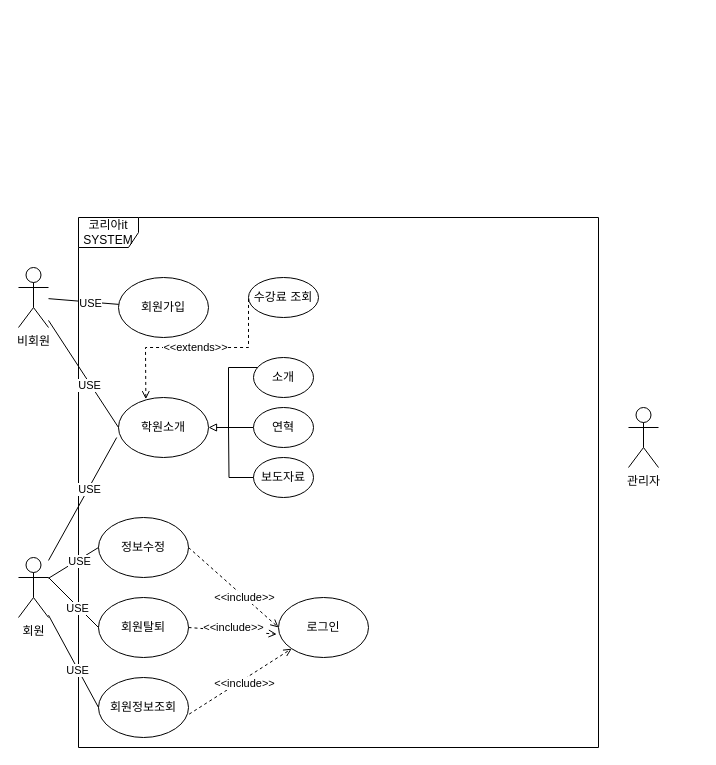
rbghrla/study keeps this draw.io diagram as 제목 없는 다이어그램.drawio. Above is the earlier version. Source tidied: cells renumbered, new cells numbered last; positions are measured from the earlier drawing's top-left corner, leaving out a move shared by most shapes. Both pictures are drawn from the tidied source at 100%, with x=0, y=0 at pixel (18, 217).
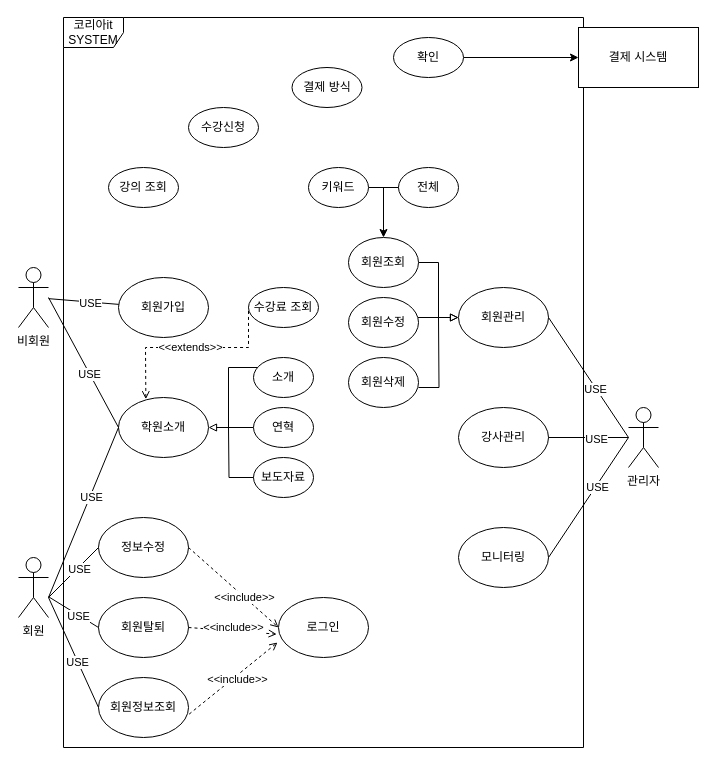
After the change.

Commit message:
제목 없는 다이어그램.drawio 업데이트

Unchanged cells that the change refers to:
```xml
<mxCell id="2" value="관리자&lt;br&gt;" style="shape=umlActor;verticalLabelPosition=bottom;verticalAlign=top;html=1;outlineConnect=0;" parent="1" vertex="1">
  <mxGeometry x="610" y="190" width="30" height="60" as="geometry" />
</mxCell>
<mxCell id="3" value="비회원" style="shape=umlActor;verticalLabelPosition=bottom;verticalAlign=top;html=1;outlineConnect=0;" parent="1" vertex="1">
  <mxGeometry y="50" width="30" height="60" as="geometry" />
</mxCell>
<mxCell id="4" value="회원" style="shape=umlActor;verticalLabelPosition=bottom;verticalAlign=top;html=1;outlineConnect=0;" parent="1" vertex="1">
  <mxGeometry y="340" width="30" height="60" as="geometry" />
</mxCell>
<mxCell id="7" value="정보수정" style="ellipse;whiteSpace=wrap;html=1;" parent="1" vertex="1">
  <mxGeometry x="80" y="300" width="90" height="60" as="geometry" />
</mxCell>
<mxCell id="8" value="회원정보조회" style="ellipse;whiteSpace=wrap;html=1;" parent="1" vertex="1">
  <mxGeometry x="80" y="460" width="90" height="60" as="geometry" />
</mxCell>
<mxCell id="9" value="회원탈퇴" style="ellipse;whiteSpace=wrap;html=1;" parent="1" vertex="1">
  <mxGeometry x="80" y="380" width="90" height="60" as="geometry" />
</mxCell>
<mxCell id="18" value="로그인" style="ellipse;whiteSpace=wrap;html=1;" parent="1" vertex="1">
  <mxGeometry x="260" y="380" width="90" height="60" as="geometry" />
</mxCell>
<mxCell id="25" value="학원소개" style="ellipse;whiteSpace=wrap;html=1;" parent="1" vertex="1">
  <mxGeometry x="100" y="180" width="90" height="60" as="geometry" />
</mxCell>
```

The edit, as a diff of the source:
```diff
@@
+    <mxCell id="39" style="edgeStyle=orthogonalEdgeStyle;rounded=0;jettySize=auto;html=1;exitX=1;exitY=1;exitDx=0;exitDy=0;exitPerimeter=0;" parent="1" edge="1" source="4">
+      <mxGeometry relative="1" as="geometry">
+        <mxPoint x="29.8" y="400" as="targetPoint" />
+      </mxGeometry>
+    </mxCell>
@@
     <mxCell id="5" value="코리아it&lt;br&gt;SYSTEM" style="shape=umlFrame;whiteSpace=wrap;html=1;" parent="1" vertex="1">
-      <mxGeometry x="60" width="520" height="530" as="geometry" />
+      <mxGeometry x="45" y="-200" width="520" height="730" as="geometry" />
     </mxCell>
@@
-    <mxCell id="12" style="endArrow=none;html=1;rounded=0;exitX=0;exitY=0.5;exitDx=0;exitDy=0;" parent="1" edge="1" source="7" target="4">
-      <mxGeometry relative="1" as="geometry" />
+    <mxCell id="12" style="endArrow=none;html=1;rounded=0;exitX=0;exitY=0.5;exitDx=0;exitDy=0;" parent="1" edge="1" source="7">
+      <mxGeometry relative="1" as="geometry">
+        <mxPoint x="30" y="380" as="targetPoint" />
+      </mxGeometry>
     </mxCell>
@@
-    <mxCell id="14" style="endArrow=none;html=1;rounded=0;exitX=0;exitY=0.5;exitDx=0;exitDy=0;entryX=1;entryY=0.3333333333333333;entryDx=0;entryDy=0;entryPerimeter=0;" parent="1" edge="1" source="9" target="4">
+    <mxCell id="14" style="endArrow=none;html=1;rounded=0;exitX=0;exitY=0.5;exitDx=0;exitDy=0;" parent="1" edge="1" source="9" target="4">
       <mxGeometry relative="1" as="geometry" />
     </mxCell>
@@
     <mxCell id="16" style="endArrow=none;html=1;rounded=0;exitX=0;exitY=0.5;exitDx=0;exitDy=0;" parent="1" edge="1" source="8" target="4">
-      <mxGeometry relative="1" as="geometry" />
+      <mxGeometry relative="1" as="geometry">
+        <Array as="points">
+          <mxPoint x="30" y="380" />
+        </Array>
+      </mxGeometry>
     </mxCell>
@@
-    <mxCell id="23" style="endArrow=open;dashed=1;html=1;rounded=0;exitX=1.007;exitY=0.611;exitDx=0;exitDy=0;entryX=0;entryY=1;entryDx=0;entryDy=0;exitPerimeter=0;startArrow=none;startFill=0;endFill=0;" parent="1" edge="1" source="8" target="18">
+    <mxCell id="23" style="endArrow=open;dashed=1;html=1;rounded=0;exitX=1.007;exitY=0.611;exitDx=0;exitDy=0;entryX=-0.011;entryY=0.75;entryDx=0;entryDy=0;exitPerimeter=0;startArrow=none;startFill=0;endFill=0;entryPerimeter=0;" parent="1" edge="1" source="8" target="18">
       <mxGeometry relative="1" as="geometry" />
     </mxCell>
@@
-    <mxCell id="26" style="endArrow=none;html=1;rounded=0;exitX=0;exitY=0.5;exitDx=0;exitDy=0;" parent="1" edge="1" source="25" target="3">
-      <mxGeometry relative="1" as="geometry" />
+    <mxCell id="26" style="endArrow=none;html=1;rounded=0;exitX=0;exitY=0.5;exitDx=0;exitDy=0;" parent="1" edge="1" source="25">
+      <mxGeometry relative="1" as="geometry">
+        <mxPoint x="30" y="80" as="targetPoint" />
+      </mxGeometry>
     </mxCell>
@@
-    <mxCell id="28" style="endArrow=none;html=1;rounded=0;exitX=-0.02;exitY=0.667;exitDx=0;exitDy=0;exitPerimeter=0;" parent="1" edge="1" source="25" target="4">
-      <mxGeometry relative="1" as="geometry" />
+    <mxCell id="28" style="endArrow=none;html=1;rounded=0;exitX=0;exitY=0.5;exitDx=0;exitDy=0;" parent="1" edge="1" source="25">
+      <mxGeometry relative="1" as="geometry">
+        <mxPoint x="30" y="380" as="targetPoint" />
+      </mxGeometry>
     </mxCell>
@@
     <mxCell id="36" value="수강료 조회" style="ellipse;whiteSpace=wrap;html=1;" parent="1" vertex="1">
-      <mxGeometry x="230" y="60" width="70" height="40" as="geometry" />
+      <mxGeometry x="230" y="70" width="70" height="40" as="geometry" />
     </mxCell>
@@
+    <mxCell id="40" value="회원관리" style="ellipse;whiteSpace=wrap;html=1;" parent="1" vertex="1">
+      <mxGeometry x="440" y="70" width="90" height="60" as="geometry" />
+    </mxCell>
+    <mxCell id="41" value="강사관리" style="ellipse;whiteSpace=wrap;html=1;" parent="1" vertex="1">
+      <mxGeometry x="440" y="190" width="90" height="60" as="geometry" />
+    </mxCell>
+    <mxCell id="42" value="모니터링" style="ellipse;whiteSpace=wrap;html=1;" parent="1" vertex="1">
+      <mxGeometry x="440" y="310" width="90" height="60" as="geometry" />
+    </mxCell>
+    <mxCell id="43" style="endArrow=none;html=1;rounded=0;entryX=1;entryY=0.5;entryDx=0;entryDy=0;" parent="1" edge="1" target="40">
+      <mxGeometry relative="1" as="geometry">
+        <mxPoint x="610" y="220" as="sourcePoint" />
+      </mxGeometry>
+    </mxCell>
+    <mxCell id="44" value="USE" style="edgeLabel;html=1;align=center;verticalAlign=middle;" parent="43" vertex="1">
+      <mxGeometry x="-0.18" y="1" relative="1" as="geometry" />
+    </mxCell>
+    <mxCell id="45" style="endArrow=none;html=1;rounded=0;entryX=1;entryY=0.5;entryDx=0;entryDy=0;" parent="1" edge="1" source="2" target="41">
+      <mxGeometry relative="1" as="geometry" />
+    </mxCell>
+    <mxCell id="46" value="USE" style="edgeLabel;html=1;align=center;verticalAlign=middle;" parent="45" vertex="1">
+      <mxGeometry x="-0.18" y="1" relative="1" as="geometry" />
+    </mxCell>
+    <mxCell id="47" style="endArrow=none;html=1;rounded=0;entryX=1;entryY=0.5;entryDx=0;entryDy=0;" parent="1" edge="1" target="42">
+      <mxGeometry relative="1" as="geometry">
+        <mxPoint x="610" y="220" as="sourcePoint" />
+      </mxGeometry>
+    </mxCell>
+    <mxCell id="48" value="USE" style="edgeLabel;html=1;align=center;verticalAlign=middle;" parent="47" vertex="1">
+      <mxGeometry x="-0.18" y="1" relative="1" as="geometry" />
+    </mxCell>
+    <mxCell id="49" style="edgeStyle=orthogonalEdgeStyle;rounded=0;jettySize=auto;html=1;endArrow=block;endFill=0;" parent="1" edge="1" source="50" target="40">
+      <mxGeometry relative="1" as="geometry">
+        <Array as="points">
+          <mxPoint x="420" y="45" />
+          <mxPoint x="420" y="100" />
+        </Array>
+      </mxGeometry>
+    </mxCell>
+    <mxCell id="50" value="회원조회" style="ellipse;whiteSpace=wrap;html=1;" parent="1" vertex="1">
+      <mxGeometry x="330" y="20" width="70" height="50" as="geometry" />
+    </mxCell>
+    <mxCell id="51" style="edgeStyle=orthogonalEdgeStyle;rounded=0;jettySize=auto;html=1;endArrow=block;endFill=0;" parent="1" edge="1" source="52" target="40">
+      <mxGeometry relative="1" as="geometry">
+        <Array as="points">
+          <mxPoint x="420" y="100" />
+          <mxPoint x="420" y="100" />
+        </Array>
+      </mxGeometry>
+    </mxCell>
+    <mxCell id="52" value="회원수정" style="ellipse;whiteSpace=wrap;html=1;" parent="1" vertex="1">
+      <mxGeometry x="330" y="80" width="70" height="50" as="geometry" />
+    </mxCell>
+    <mxCell id="53" value="회원삭제" style="ellipse;whiteSpace=wrap;html=1;" parent="1" vertex="1">
+      <mxGeometry x="330" y="140" width="70" height="50" as="geometry" />
+    </mxCell>
+    <mxCell id="54" style="edgeStyle=orthogonalEdgeStyle;rounded=0;jettySize=auto;html=1;exitX=1;exitY=0.6;exitDx=0;exitDy=0;endArrow=none;endFill=0;exitPerimeter=0;" parent="1" edge="1" source="53">
+      <mxGeometry relative="1" as="geometry">
+        <mxPoint x="420" y="100" as="targetPoint" />
+      </mxGeometry>
+    </mxCell>
+    <mxCell id="55" value="전체" style="ellipse;whiteSpace=wrap;html=1;" parent="1" vertex="1">
+      <mxGeometry x="380" y="-50" width="60" height="40" as="geometry" />
+    </mxCell>
+    <mxCell id="56" style="edgeStyle=orthogonalEdgeStyle;rounded=0;jettySize=auto;html=1;exitX=1;exitY=0.5;exitDx=0;exitDy=0;entryX=0;entryY=0.5;entryDx=0;entryDy=0;endArrow=none;endFill=0;" parent="1" edge="1" source="57" target="55">
+      <mxGeometry relative="1" as="geometry" />
+    </mxCell>
+    <mxCell id="57" value="키워드" style="ellipse;whiteSpace=wrap;html=1;" parent="1" vertex="1">
+      <mxGeometry x="290" y="-50" width="60" height="40" as="geometry" />
+    </mxCell>
+    <mxCell id="58" style="endArrow=none;html=1;rounded=0;exitX=0.5;exitY=0;exitDx=0;exitDy=0;endFill=0;startArrow=classic;startFill=1;" parent="1" edge="1" source="50">
+      <mxGeometry relative="1" as="geometry">
+        <mxPoint x="365" y="-30" as="targetPoint" />
+      </mxGeometry>
+    </mxCell>
+    <mxCell id="59" value="수강신청" style="ellipse;whiteSpace=wrap;html=1;" parent="1" vertex="1">
+      <mxGeometry x="170" y="-110" width="70" height="40" as="geometry" />
+    </mxCell>
+    <mxCell id="60" value="강의 조회" style="ellipse;whiteSpace=wrap;html=1;" parent="1" vertex="1">
+      <mxGeometry x="90" y="-50" width="70" height="40" as="geometry" />
+    </mxCell>
+    <mxCell id="61" value="결제 방식" style="ellipse;whiteSpace=wrap;html=1;" parent="1" vertex="1">
+      <mxGeometry x="273.5" y="-150" width="70" height="40" as="geometry" />
+    </mxCell>
+    <mxCell id="62" style="edgeStyle=orthogonalEdgeStyle;rounded=0;jettySize=auto;html=1;" parent="1" edge="1" source="63" target="64">
+      <mxGeometry relative="1" as="geometry" />
+    </mxCell>
+    <mxCell id="63" value="확인" style="ellipse;whiteSpace=wrap;html=1;" parent="1" vertex="1">
+      <mxGeometry x="375" y="-180" width="70" height="40" as="geometry" />
+    </mxCell>
+    <mxCell id="64" value="결제 시스템" style="whiteSpace=wrap;html=1;" parent="1" vertex="1">
+      <mxGeometry x="560" y="-190" width="120" height="60" as="geometry" />
+    </mxCell>
```
